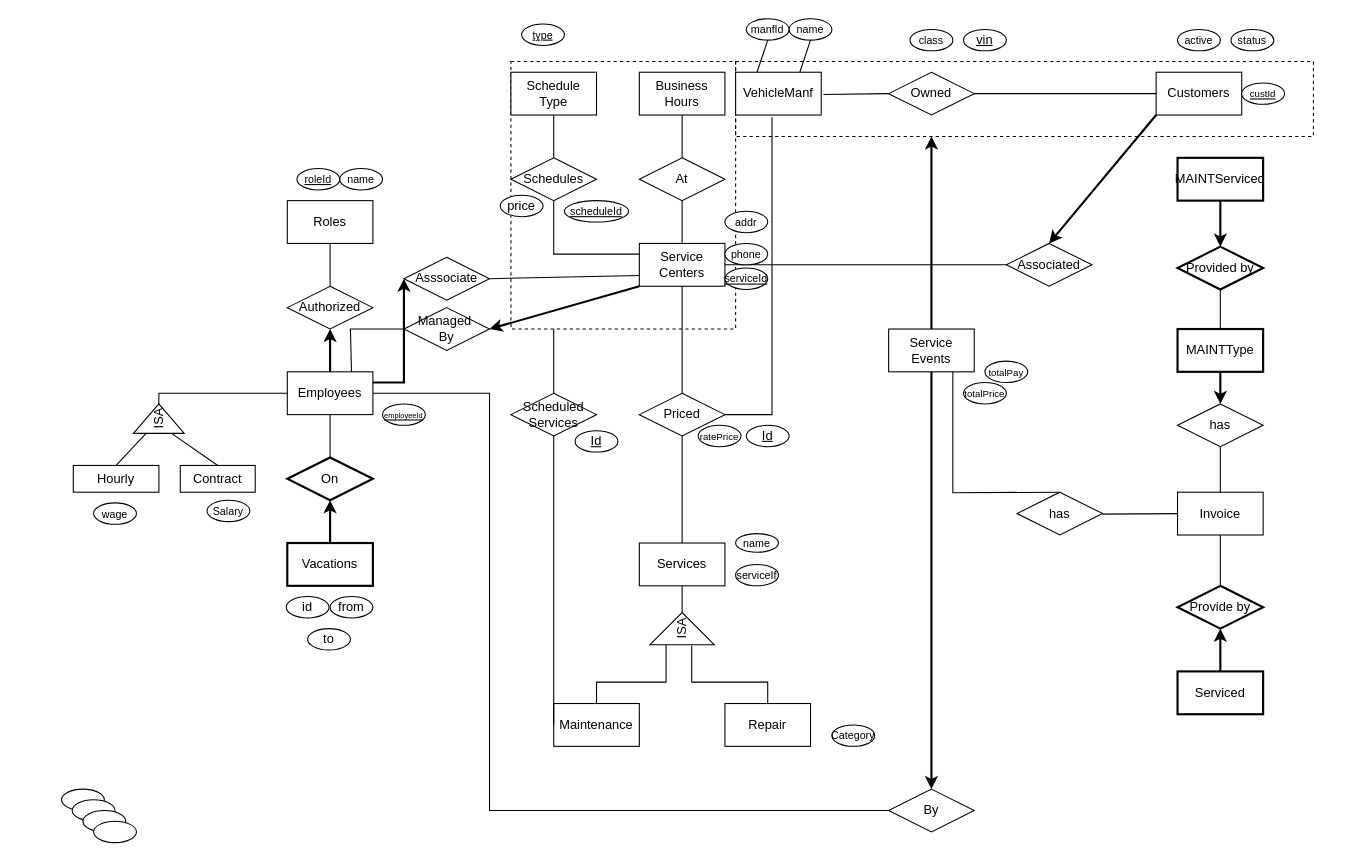
Earlier version of the draw.io diagram Deana/CarServiceCenter.drawio (deanaf0702/Auto-Repair-and-Service-Management-System). Source tidied: cells renumbered, new cells numbered last; positions are measured from the earlier drawing's top-left corner, leaving out a move shared by most shapes. Both pictures are drawn from the tidied source at 107%, with x=0, y=0 at pixel (61, 18).
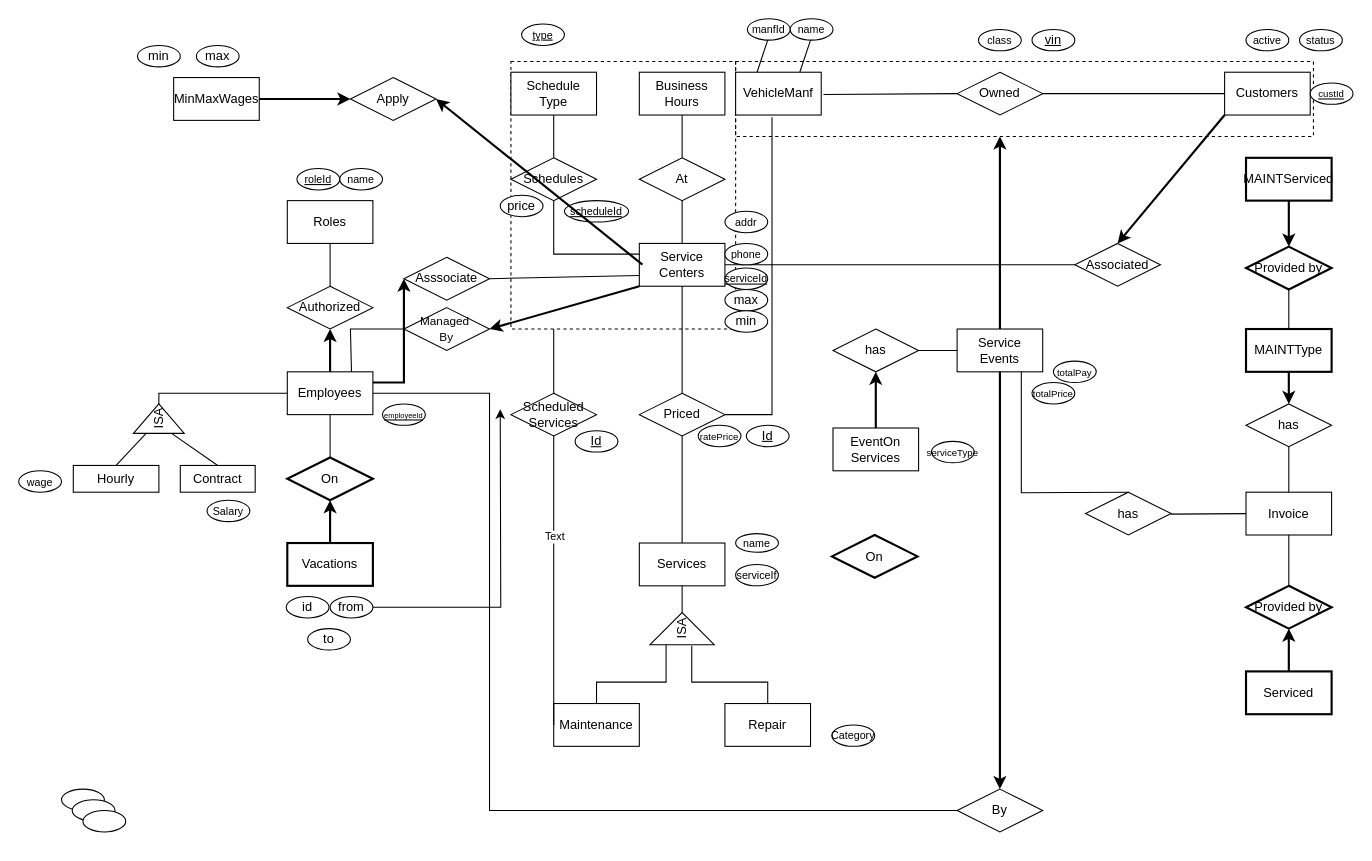
The same diagram, later.

Unchanged cells that the change refers to:
```xml
<mxCell id="11" value="VehicleManf" style="rounded=0;whiteSpace=wrap;html=1;" parent="1" vertex="1">
  <mxGeometry x="630" y="50" width="80" height="40" as="geometry" />
</mxCell>
<mxCell id="34" style="endArrow=none;html=1;rounded=0;strokeWidth=1;jumpSize=6;exitX=0;exitY=0.5;exitDx=0;exitDy=0;entryX=0.5;entryY=1;entryDx=0;entryDy=0;" parent="1" edge="1" source="15" target="23">
  <mxGeometry relative="1" as="geometry" />
</mxCell>
<mxCell id="82" value="from" style="ellipse;whiteSpace=wrap;html=1;" parent="1" vertex="1">
  <mxGeometry x="251" y="540" width="40" height="20" as="geometry" />
</mxCell>
```

The edit, as a diff of the source:
```diff
@@
     <mxCell id="10" value="Customers" style="rounded=0;whiteSpace=wrap;html=1;" parent="1" vertex="1">
-      <mxGeometry x="1023" y="50" width="80" height="40" as="geometry" />
+      <mxGeometry x="1087" y="50" width="80" height="40" as="geometry" />
     </mxCell>
@@
     <mxCell id="12" value="Service&lt;br&gt;Events" style="rounded=0;whiteSpace=wrap;html=1;" parent="1" vertex="1">
-      <mxGeometry x="773" y="290" width="80" height="40" as="geometry" />
+      <mxGeometry x="837" y="290" width="80" height="40" as="geometry" />
     </mxCell>
@@
     <mxCell id="22" value="Owned" style="rhombus;whiteSpace=wrap;html=1;" parent="1" vertex="1">
-      <mxGeometry x="773" y="50" width="80" height="40" as="geometry" />
+      <mxGeometry x="837" y="50" width="80" height="40" as="geometry" />
     </mxCell>
@@
     <mxCell id="24" value="By" style="rhombus;whiteSpace=wrap;html=1;" parent="1" vertex="1">
-      <mxGeometry x="773" y="720" width="80" height="40" as="geometry" />
+      <mxGeometry x="837" y="720" width="80" height="40" as="geometry" />
     </mxCell>
@@
+    <mxCell id="113" value="Text" style="edgeLabel;html=1;align=center;verticalAlign=middle;fontSize=10;" parent="34" vertex="1">
+      <mxGeometry x="0.31" relative="1" as="geometry" />
+    </mxCell>
@@
     <mxCell id="43" style="endArrow=classic;html=1;rounded=0;strokeWidth=2;fontSize=10;exitX=0.5;exitY=0;exitDx=0;exitDy=0;" parent="1" edge="1" source="12">
       <mxGeometry relative="1" as="geometry">
-        <mxPoint x="813" y="110" as="targetPoint" />
+        <mxPoint x="877" y="110" as="targetPoint" />
       </mxGeometry>
     </mxCell>
@@
     <mxCell id="52" value="Associated" style="rhombus;whiteSpace=wrap;html=1;" parent="1" vertex="1">
-      <mxGeometry x="883" y="210" width="80" height="40" as="geometry" />
+      <mxGeometry x="947" y="210" width="80" height="40" as="geometry" />
     </mxCell>
@@
-    <mxCell id="56" value="Managed&amp;nbsp;&lt;br&gt;By" style="rhombus;whiteSpace=wrap;html=1;" parent="1" vertex="1">
+    <mxCell id="56" value="&lt;font style=&quot;font-size: 11px;&quot;&gt;Managed&amp;nbsp;&lt;br&gt;By&lt;/font&gt;" style="rhombus;whiteSpace=wrap;html=1;" parent="1" vertex="1">
       <mxGeometry x="320" y="270" width="80" height="40" as="geometry" />
     </mxCell>
@@
     <mxCell id="60" value="&lt;font style=&quot;font-size: 10px;&quot;&gt;status&lt;/font&gt;" style="ellipse;whiteSpace=wrap;html=1;" parent="1" vertex="1">
-      <mxGeometry x="1093" y="10" width="40" height="20" as="geometry" />
+      <mxGeometry x="1157" y="10" width="40" height="20" as="geometry" />
     </mxCell>
     <mxCell id="61" value="&lt;font style=&quot;font-size: 10px;&quot;&gt;active&lt;/font&gt;" style="ellipse;whiteSpace=wrap;html=1;" parent="1" vertex="1">
-      <mxGeometry x="1043" y="10" width="40" height="20" as="geometry" />
+      <mxGeometry x="1107" y="10" width="40" height="20" as="geometry" />
     </mxCell>
     <mxCell id="62" value="&lt;font style=&quot;font-size: 10px;&quot;&gt;class&lt;/font&gt;" style="ellipse;whiteSpace=wrap;html=1;" parent="1" vertex="1">
-      <mxGeometry x="793" y="10" width="40" height="20" as="geometry" />
+      <mxGeometry x="857" y="10" width="40" height="20" as="geometry" />
     </mxCell>
@@
     <mxCell id="67" value="&lt;span style=&quot;line-height: 115%; font-family: Arial, sans-serif; font-size: 10px;&quot; lang=&quot;EN&quot;&gt;manfId&lt;/span&gt;" style="ellipse;whiteSpace=wrap;html=1;" parent="1" vertex="1">
-      <mxGeometry x="640" width="40" height="20" as="geometry" />
+      <mxGeometry x="641" width="40" height="20" as="geometry" />
     </mxCell>
     <mxCell id="68" value="&lt;font style=&quot;font-size: 9px;&quot;&gt;totalPay&lt;/font&gt;" style="ellipse;whiteSpace=wrap;html=1;" parent="1" vertex="1">
-      <mxGeometry x="863" y="320" width="40" height="20" as="geometry" />
+      <mxGeometry x="927" y="320" width="40" height="20" as="geometry" />
     </mxCell>
     <mxCell id="69" value="&lt;font style=&quot;font-size: 9px;&quot;&gt;totalPrice&lt;/font&gt;" style="ellipse;whiteSpace=wrap;html=1;" parent="1" vertex="1">
-      <mxGeometry x="843" y="340" width="40" height="20" as="geometry" />
+      <mxGeometry x="907" y="340" width="40" height="20" as="geometry" />
     </mxCell>
     <mxCell id="70" value="Invoice" style="rounded=0;whiteSpace=wrap;html=1;" parent="1" vertex="1">
-      <mxGeometry x="1043" y="442.5" width="80" height="40" as="geometry" />
+      <mxGeometry x="1107" y="442.5" width="80" height="40" as="geometry" />
     </mxCell>
     <mxCell id="71" value="has" style="rhombus;whiteSpace=wrap;html=1;" parent="1" vertex="1">
-      <mxGeometry x="893" y="442.5" width="80" height="40" as="geometry" />
+      <mxGeometry x="957" y="442.5" width="80" height="40" as="geometry" />
     </mxCell>
     <mxCell id="72" value="&lt;span style=&quot;line-height: 115%; font-family: Arial, sans-serif; font-size: 10px;&quot; lang=&quot;EN&quot;&gt;name&lt;/span&gt;" style="ellipse;whiteSpace=wrap;html=1;" parent="1" vertex="1">
-      <mxGeometry x="680" width="40" height="20" as="geometry" />
+      <mxGeometry x="681" width="40" height="20" as="geometry" />
     </mxCell>
-    <mxCell id="73" style="endArrow=none;html=1;rounded=0;strokeWidth=1;fontSize=10;exitX=0.25;exitY=0;exitDx=0;exitDy=0;entryX=0.5;entryY=1;entryDx=0;entryDy=0;" parent="1" edge="1" source="11" target="67">
-      <mxGeometry relative="1" as="geometry" />
+    <mxCell id="73" style="endArrow=none;html=1;rounded=0;strokeWidth=1;fontSize=10;exitX=0.25;exitY=0;exitDx=0;exitDy=0;entryX=0.5;entryY=1;entryDx=0;entryDy=0;" parent="1" edge="1" source="11">
+      <mxGeometry relative="1" as="geometry">
+        <mxPoint x="660" y="20" as="targetPoint" />
+      </mxGeometry>
     </mxCell>
-    <mxCell id="74" style="endArrow=none;html=1;rounded=0;strokeWidth=1;fontSize=10;entryX=0.5;entryY=1;entryDx=0;entryDy=0;exitX=0.75;exitY=0;exitDx=0;exitDy=0;" parent="1" edge="1" source="11" target="72">
-      <mxGeometry relative="1" as="geometry" />
+    <mxCell id="74" style="endArrow=none;html=1;rounded=0;strokeWidth=1;fontSize=10;entryX=0.5;entryY=1;entryDx=0;entryDy=0;exitX=0.75;exitY=0;exitDx=0;exitDy=0;" parent="1" edge="1" source="11">
+      <mxGeometry relative="1" as="geometry">
+        <mxPoint x="700" y="20" as="targetPoint" />
+      </mxGeometry>
     </mxCell>
@@
     <mxCell id="77" value="&lt;font style=&quot;font-size: 10px;&quot;&gt;wage&lt;/font&gt;" style="ellipse;whiteSpace=wrap;html=1;" parent="1" vertex="1">
-      <mxGeometry x="30" y="452.5" width="40" height="20" as="geometry" />
+      <mxGeometry x="-40" y="422.5" width="40" height="20" as="geometry" />
     </mxCell>
@@
+    <mxCell id="114" style="edgeStyle=orthogonalEdgeStyle;rounded=0;jettySize=auto;html=1;strokeWidth=1;fontSize=10;" parent="1" edge="1" source="82">
+      <mxGeometry relative="1" as="geometry">
+        <mxPoint x="410" y="365" as="targetPoint" />
+      </mxGeometry>
+    </mxCell>
@@
     <mxCell id="87" value="&lt;font style=&quot;font-size: 9px;&quot;&gt;&lt;u&gt;custId&lt;/u&gt;&lt;/font&gt;" style="ellipse;whiteSpace=wrap;html=1;" parent="1" vertex="1">
-      <mxGeometry x="1103" y="60" width="40" height="20" as="geometry" />
+      <mxGeometry x="1167" y="60" width="40" height="20" as="geometry" />
     </mxCell>
     <mxCell id="88" value="&lt;font style=&quot;font-size: 12px;&quot;&gt;&lt;u&gt;vin&lt;/u&gt;&lt;/font&gt;" style="ellipse;whiteSpace=wrap;html=1;" parent="1" vertex="1">
-      <mxGeometry x="843" y="10" width="40" height="20" as="geometry" />
+      <mxGeometry x="907" y="10" width="40" height="20" as="geometry" />
     </mxCell>
@@
     <mxCell id="93" style="endArrow=none;html=1;rounded=0;strokeWidth=1;fontSize=12;entryX=0.75;entryY=1;entryDx=0;entryDy=0;exitX=0.5;exitY=0;exitDx=0;exitDy=0;" parent="1" edge="1" source="71" target="12">
       <mxGeometry relative="1" as="geometry">
         <Array as="points">
-          <mxPoint x="833" y="443" />
+          <mxPoint x="897" y="443" />
         </Array>
       </mxGeometry>
     </mxCell>
@@
     <mxCell id="96" value="Serviced" style="rounded=0;whiteSpace=wrap;html=1;strokeWidth=2;" parent="1" vertex="1">
-      <mxGeometry x="1043" y="610" width="80" height="40" as="geometry" />
+      <mxGeometry x="1107" y="610" width="80" height="40" as="geometry" />
     </mxCell>
-    <mxCell id="97" value="Provide by" style="rhombus;whiteSpace=wrap;html=1;strokeWidth=2;" parent="1" vertex="1">
-      <mxGeometry x="1043" y="530" width="80" height="40" as="geometry" />
+    <mxCell id="97" value="Provided by" style="rhombus;whiteSpace=wrap;html=1;strokeWidth=2;" parent="1" vertex="1">
+      <mxGeometry x="1107" y="530" width="80" height="40" as="geometry" />
     </mxCell>
     <mxCell id="98" style="endArrow=none;html=1;rounded=0;entryX=0;entryY=0.5;entryDx=0;entryDy=0;" parent="1" edge="1" target="70">
       <mxGeometry relative="1" as="geometry">
-        <mxPoint x="973" y="463" as="sourcePoint" />
+        <mxPoint x="1037" y="463" as="sourcePoint" />
       </mxGeometry>
     </mxCell>
@@
     <mxCell id="101" value="MAINTType" style="rounded=0;whiteSpace=wrap;html=1;strokeWidth=2;" parent="1" vertex="1">
-      <mxGeometry x="1043" y="290" width="80" height="40" as="geometry" />
+      <mxGeometry x="1107" y="290" width="80" height="40" as="geometry" />
     </mxCell>
     <mxCell id="102" value="has" style="rhombus;whiteSpace=wrap;html=1;strokeWidth=1;" parent="1" vertex="1">
-      <mxGeometry x="1043" y="360" width="80" height="40" as="geometry" />
+      <mxGeometry x="1107" y="360" width="80" height="40" as="geometry" />
     </mxCell>
     <mxCell id="103" style="endArrow=classic;html=1;rounded=0;strokeWidth=2;exitX=0.5;exitY=1;exitDx=0;exitDy=0;" parent="1" edge="1" source="101">
       <mxGeometry relative="1" as="geometry">
-        <mxPoint x="1083" y="360" as="targetPoint" />
+        <mxPoint x="1147" y="360" as="targetPoint" />
       </mxGeometry>
     </mxCell>
     <mxCell id="104" value="MAINTServiced" style="rounded=0;whiteSpace=wrap;html=1;strokeWidth=2;" parent="1" vertex="1">
-      <mxGeometry x="1043" y="130" width="80" height="40" as="geometry" />
+      <mxGeometry x="1107" y="130" width="80" height="40" as="geometry" />
     </mxCell>
     <mxCell id="105" value="Provided by" style="rhombus;whiteSpace=wrap;html=1;strokeWidth=2;" parent="1" vertex="1">
-      <mxGeometry x="1043" y="213" width="80" height="40" as="geometry" />
+      <mxGeometry x="1107" y="213" width="80" height="40" as="geometry" />
     </mxCell>
@@
-    <mxCell id="109" style="ellipse;whiteSpace=wrap;html=1;" parent="1" vertex="1">
-      <mxGeometry x="10" y="730" width="40" height="20" as="geometry" />
-    </mxCell>
-    <mxCell id="110" style="ellipse;whiteSpace=wrap;html=1;" parent="1" vertex="1">
-      <mxGeometry x="20" y="740" width="40" height="20" as="geometry" />
+    <mxCell id="110" value="max" style="ellipse;whiteSpace=wrap;html=1;" parent="1" vertex="1">
+      <mxGeometry x="126" y="25" width="40" height="20" as="geometry" />
     </mxCell>
-    <mxCell id="111" style="ellipse;whiteSpace=wrap;html=1;" parent="1" vertex="1">
-      <mxGeometry x="30" y="750" width="40" height="20" as="geometry" />
+    <mxCell id="111" value="min" style="ellipse;whiteSpace=wrap;html=1;" parent="1" vertex="1">
+      <mxGeometry x="71" y="25" width="40" height="20" as="geometry" />
     </mxCell>
@@
+    <mxCell id="115" value="MinMaxWages" style="rounded=0;whiteSpace=wrap;html=1;" parent="1" vertex="1">
+      <mxGeometry x="104.8" y="55" width="80" height="40" as="geometry" />
+    </mxCell>
+    <mxCell id="116" value="Apply" style="rhombus;whiteSpace=wrap;html=1;" parent="1" vertex="1">
+      <mxGeometry x="270" y="55" width="80" height="40" as="geometry" />
+    </mxCell>
+    <mxCell id="117" value="max" style="ellipse;whiteSpace=wrap;html=1;" parent="1" vertex="1">
+      <mxGeometry x="620" y="253" width="40" height="20" as="geometry" />
+    </mxCell>
+    <mxCell id="118" value="min" style="ellipse;whiteSpace=wrap;html=1;" parent="1" vertex="1">
+      <mxGeometry x="620" y="273" width="40" height="20" as="geometry" />
+    </mxCell>
+    <mxCell id="119" style="endArrow=classic;html=1;rounded=0;entryX=1;entryY=0.5;entryDx=0;entryDy=0;exitX=0.443;exitY=0.292;exitDx=0;exitDy=0;exitPerimeter=0;strokeWidth=2;" parent="1" edge="1" target="116">
+      <mxGeometry relative="1" as="geometry">
+        <mxPoint x="542.9" y="229.8" as="sourcePoint" />
+      </mxGeometry>
+    </mxCell>
+    <mxCell id="120" style="endArrow=classic;html=1;rounded=0;strokeWidth=2;entryX=0;entryY=0.5;entryDx=0;entryDy=0;exitX=1;exitY=0.5;exitDx=0;exitDy=0;" parent="1" edge="1" source="115" target="116">
+      <mxGeometry relative="1" as="geometry" />
+    </mxCell>
+    <mxCell id="121" value="EventOn&lt;br&gt;Services" style="rounded=0;whiteSpace=wrap;html=1;" parent="1" vertex="1">
+      <mxGeometry x="721" y="382.5" width="80" height="40" as="geometry" />
+    </mxCell>
+    <mxCell id="122" value="has" style="rhombus;whiteSpace=wrap;html=1;" parent="1" vertex="1">
+      <mxGeometry x="721" y="290" width="80" height="40" as="geometry" />
+    </mxCell>
+    <mxCell id="123" style="endArrow=classic;html=1;rounded=0;strokeWidth=2;fontSize=12;exitX=0.5;exitY=0;exitDx=0;exitDy=0;entryX=0.5;entryY=1;entryDx=0;entryDy=0;" parent="1" edge="1" source="121" target="122">
+      <mxGeometry relative="1" as="geometry" />
+    </mxCell>
+    <mxCell id="124" style="endArrow=none;html=1;rounded=0;strokeWidth=1;fontSize=12;exitX=1;exitY=0.5;exitDx=0;exitDy=0;entryX=0;entryY=0.5;entryDx=0;entryDy=0;" parent="1" edge="1" source="122" target="12">
+      <mxGeometry relative="1" as="geometry" />
+    </mxCell>
+    <mxCell id="125" style="ellipse;whiteSpace=wrap;html=1;" parent="1" vertex="1">
+      <mxGeometry x="10" y="730" width="40" height="20" as="geometry" />
+    </mxCell>
+    <mxCell id="126" style="ellipse;whiteSpace=wrap;html=1;" parent="1" vertex="1">
+      <mxGeometry x="20" y="740" width="40" height="20" as="geometry" />
+    </mxCell>
+    <mxCell id="127" value="&lt;font style=&quot;font-size: 9px;&quot;&gt;serviceType&lt;/font&gt;" style="ellipse;whiteSpace=wrap;html=1;" parent="1" vertex="1">
+      <mxGeometry x="813" y="395" width="40" height="20" as="geometry" />
+    </mxCell>
+    <mxCell id="128" value="On" style="rhombus;whiteSpace=wrap;html=1;strokeWidth=2;" parent="1" vertex="1">
+      <mxGeometry x="720" y="482.5" width="80" height="40" as="geometry" />
+    </mxCell>
```
